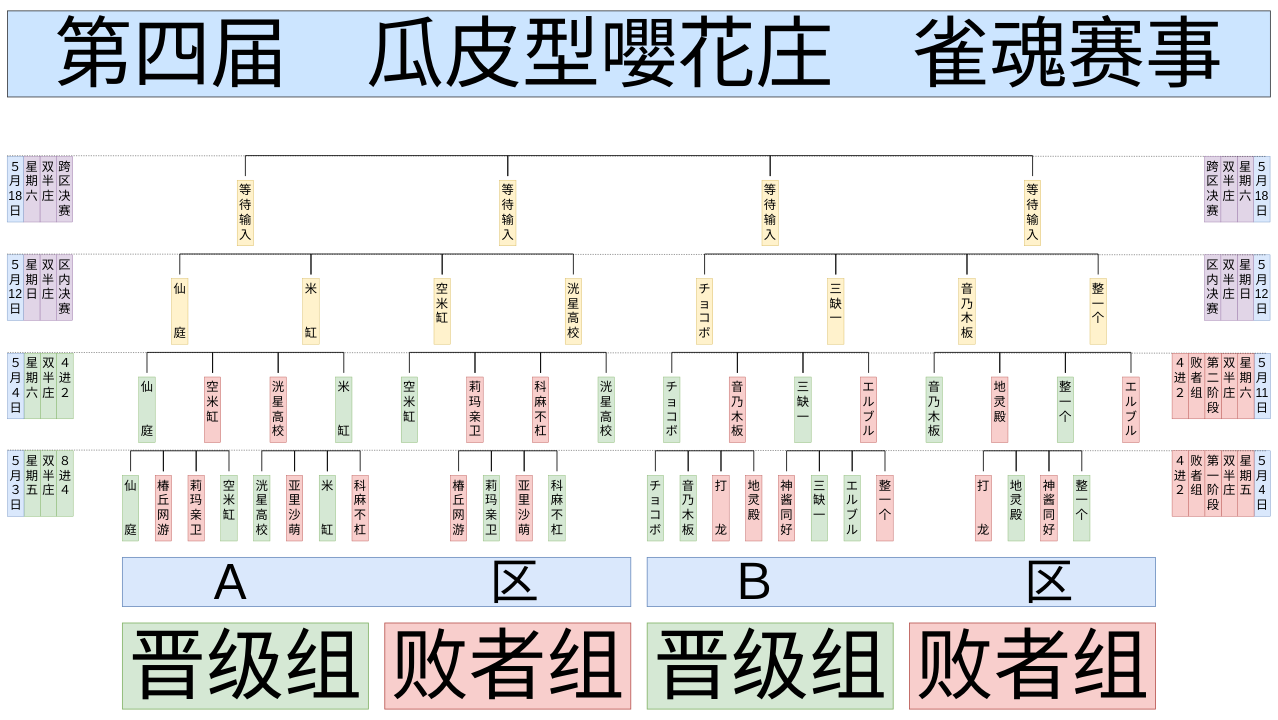
Before: page "4th" (2 of 2) of Tree Diagram/Tree Diagram.drawio in psc2350/pcr.mahjong.hexo, a draw.io diagram. Source tidied: cells renumbered, new cells numbered last; positions are measured from the earlier drawing's top-left corner, leaving out a move shared by most shapes. Both pictures are drawn from the tidied source at 41%, with x=0, y=0 at pixel (7, 11).
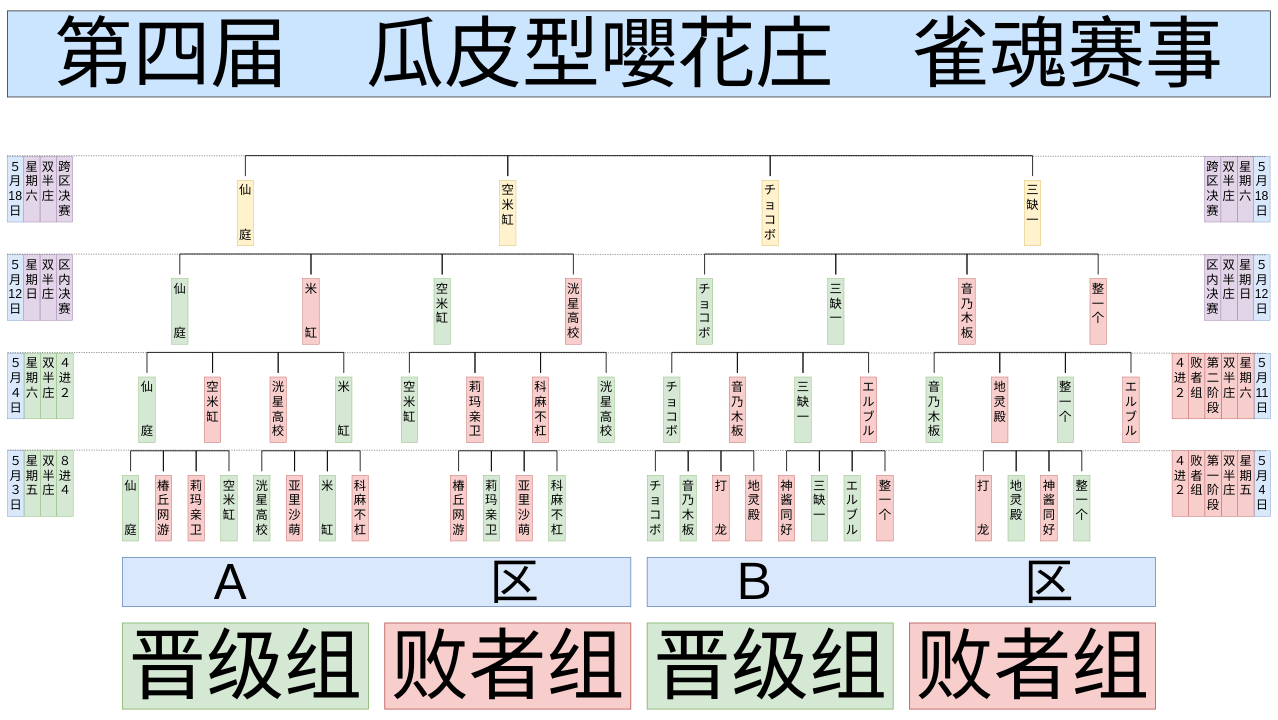
The same page after the edit.

Commit message (it also covers changes not shown here):
Tree Diagram

Change to the diagram source:
```diff
@@
-    <mxCell id="22" value="仙&lt;br&gt;&lt;br&gt;&lt;br&gt;庭&lt;br&gt;" style="text;html=1;strokeColor=#d6b656;fillColor=#fff2cc;align=center;verticalAlign=top;whiteSpace=wrap;rounded=0;fontFamily=FZZhunYuan-M02;horizontal=1;fontSize=30;" parent="1" vertex="1">
+    <mxCell id="22" value="仙&lt;br&gt;&lt;br&gt;&lt;br&gt;庭&lt;br&gt;" style="text;html=1;strokeColor=#82b366;fillColor=#d5e8d4;align=center;verticalAlign=top;whiteSpace=wrap;rounded=0;fontFamily=FZZhunYuan-M02;horizontal=1;fontSize=30;" parent="1" vertex="1">
       <mxGeometry x="401" y="653" width="40" height="160" as="geometry" />
     </mxCell>
-    <mxCell id="23" value="米&lt;br&gt;&lt;br&gt;&lt;br&gt;缸&lt;br&gt;" style="text;html=1;strokeColor=#d6b656;fillColor=#fff2cc;align=center;verticalAlign=top;whiteSpace=wrap;rounded=0;fontFamily=FZZhunYuan-M02;horizontal=1;fontSize=30;" parent="1" vertex="1">
+    <mxCell id="23" value="米&lt;br&gt;&lt;br&gt;&lt;br&gt;缸&lt;br&gt;" style="text;html=1;strokeColor=#b85450;fillColor=#f8cecc;align=center;verticalAlign=top;whiteSpace=wrap;rounded=0;fontFamily=FZZhunYuan-M02;horizontal=1;fontSize=30;" parent="1" vertex="1">
       <mxGeometry x="721" y="653" width="40" height="160" as="geometry" />
     </mxCell>
@@
-    <mxCell id="26" value="等待输入&lt;br&gt;" style="text;html=1;strokeColor=#d6b656;fillColor=#fff2cc;align=center;verticalAlign=top;whiteSpace=wrap;rounded=0;fontFamily=FZZhunYuan-M02;horizontal=1;fontSize=30;" parent="1" vertex="1">
+    <mxCell id="26" value="仙&lt;br&gt;&lt;br&gt;&lt;br&gt;庭&lt;br&gt;" style="text;html=1;strokeColor=#d6b656;fillColor=#fff2cc;align=center;verticalAlign=top;whiteSpace=wrap;rounded=0;fontFamily=FZZhunYuan-M02;horizontal=1;fontSize=30;" parent="1" vertex="1">
       <mxGeometry x="561" y="413" width="40" height="160" as="geometry" />
     </mxCell>
@@
-    <mxCell id="43" value="空米缸&lt;br&gt;" style="text;html=1;strokeColor=#d6b656;fillColor=#fff2cc;align=center;verticalAlign=top;whiteSpace=wrap;rounded=0;fontFamily=FZZhunYuan-M02;horizontal=1;fontSize=30;" parent="1" vertex="1">
+    <mxCell id="43" value="空米缸&lt;br&gt;" style="text;html=1;strokeColor=#82b366;fillColor=#d5e8d4;align=center;verticalAlign=top;whiteSpace=wrap;rounded=0;fontFamily=FZZhunYuan-M02;horizontal=1;fontSize=30;" parent="1" vertex="1">
       <mxGeometry x="1041" y="653" width="40" height="160" as="geometry" />
     </mxCell>
-    <mxCell id="44" value="洸星高校&lt;br style=&quot;font-size: 30px&quot;&gt;" style="text;html=1;strokeColor=#d6b656;fillColor=#fff2cc;align=center;verticalAlign=top;whiteSpace=wrap;rounded=0;fontFamily=FZZhunYuan-M02;horizontal=1;fontSize=30;" parent="1" vertex="1">
+    <mxCell id="44" value="洸星高校&lt;br style=&quot;font-size: 30px&quot;&gt;" style="text;html=1;strokeColor=#b85450;fillColor=#f8cecc;align=center;verticalAlign=top;whiteSpace=wrap;rounded=0;fontFamily=FZZhunYuan-M02;horizontal=1;fontSize=30;" parent="1" vertex="1">
       <mxGeometry x="1361" y="653" width="40" height="160" as="geometry" />
     </mxCell>
@@
-    <mxCell id="46" value="等待输入&lt;br style=&quot;font-size: 30px&quot;&gt;" style="text;html=1;strokeColor=#d6b656;fillColor=#fff2cc;align=center;verticalAlign=top;whiteSpace=wrap;rounded=0;fontFamily=FZZhunYuan-M02;horizontal=1;fontSize=30;" parent="1" vertex="1">
+    <mxCell id="46" value="空米缸&lt;br style=&quot;font-size: 30px&quot;&gt;" style="text;html=1;strokeColor=#d6b656;fillColor=#fff2cc;align=center;verticalAlign=top;whiteSpace=wrap;rounded=0;fontFamily=FZZhunYuan-M02;horizontal=1;fontSize=30;" parent="1" vertex="1">
       <mxGeometry x="1201" y="413" width="40" height="160" as="geometry" />
     </mxCell>
@@
-    <mxCell id="68" value="チョコボ&lt;br&gt;" style="text;html=1;strokeColor=#d6b656;fillColor=#fff2cc;align=center;verticalAlign=top;whiteSpace=wrap;rounded=0;fontFamily=FZZhunYuan-M02;horizontal=1;fontSize=30;" parent="1" vertex="1">
+    <mxCell id="68" value="チョコボ&lt;br&gt;" style="text;html=1;strokeColor=#82b366;fillColor=#d5e8d4;align=center;verticalAlign=top;whiteSpace=wrap;rounded=0;fontFamily=FZZhunYuan-M02;horizontal=1;fontSize=30;" parent="1" vertex="1">
       <mxGeometry x="1681" y="653" width="40" height="160" as="geometry" />
     </mxCell>
-    <mxCell id="69" value="三缺一&lt;br style=&quot;font-size: 30px&quot;&gt;" style="text;html=1;strokeColor=#d6b656;fillColor=#fff2cc;align=center;verticalAlign=top;whiteSpace=wrap;rounded=0;fontFamily=FZZhunYuan-M02;horizontal=1;fontSize=30;" parent="1" vertex="1">
+    <mxCell id="69" value="三缺一&lt;br style=&quot;font-size: 30px&quot;&gt;" style="text;html=1;strokeColor=#82b366;fillColor=#d5e8d4;align=center;verticalAlign=top;whiteSpace=wrap;rounded=0;fontFamily=FZZhunYuan-M02;horizontal=1;fontSize=30;" parent="1" vertex="1">
       <mxGeometry x="2001" y="653" width="40" height="160" as="geometry" />
     </mxCell>
@@
-    <mxCell id="72" value="等待输入&lt;br&gt;" style="text;html=1;strokeColor=#d6b656;fillColor=#fff2cc;align=center;verticalAlign=top;whiteSpace=wrap;rounded=0;fontFamily=FZZhunYuan-M02;horizontal=1;fontSize=30;" parent="1" vertex="1">
+    <mxCell id="72" value="チョコボ&lt;br&gt;" style="text;html=1;strokeColor=#d6b656;fillColor=#fff2cc;align=center;verticalAlign=top;whiteSpace=wrap;rounded=0;fontFamily=FZZhunYuan-M02;horizontal=1;fontSize=30;" parent="1" vertex="1">
       <mxGeometry x="1841" y="413" width="40" height="160" as="geometry" />
     </mxCell>
@@
-    <mxCell id="89" value="音乃木板&lt;br&gt;" style="text;html=1;strokeColor=#d6b656;fillColor=#fff2cc;align=center;verticalAlign=top;whiteSpace=wrap;rounded=0;fontFamily=FZZhunYuan-M02;horizontal=1;fontSize=30;" parent="1" vertex="1">
+    <mxCell id="89" value="音乃木板&lt;br&gt;" style="text;html=1;strokeColor=#b85450;fillColor=#f8cecc;align=center;verticalAlign=top;whiteSpace=wrap;rounded=0;fontFamily=FZZhunYuan-M02;horizontal=1;fontSize=30;" parent="1" vertex="1">
       <mxGeometry x="2321" y="653" width="40" height="160" as="geometry" />
     </mxCell>
-    <mxCell id="90" value="整一个&lt;br style=&quot;font-size: 30px&quot;&gt;" style="text;html=1;strokeColor=#d6b656;fillColor=#fff2cc;align=center;verticalAlign=top;whiteSpace=wrap;rounded=0;fontFamily=FZZhunYuan-M02;horizontal=1;fontSize=30;" parent="1" vertex="1">
+    <mxCell id="90" value="整一个&lt;br style=&quot;font-size: 30px&quot;&gt;" style="text;html=1;strokeColor=#b85450;fillColor=#f8cecc;align=center;verticalAlign=top;whiteSpace=wrap;rounded=0;fontFamily=FZZhunYuan-M02;horizontal=1;fontSize=30;" parent="1" vertex="1">
       <mxGeometry x="2641" y="653" width="40" height="160" as="geometry" />
     </mxCell>
@@
-    <mxCell id="92" value="等待输入&lt;br style=&quot;font-size: 30px&quot;&gt;" style="text;html=1;strokeColor=#d6b656;fillColor=#fff2cc;align=center;verticalAlign=top;whiteSpace=wrap;rounded=0;fontFamily=FZZhunYuan-M02;horizontal=1;fontSize=30;" parent="1" vertex="1">
+    <mxCell id="92" value="三缺一&lt;br style=&quot;font-size: 30px&quot;&gt;" style="text;html=1;strokeColor=#d6b656;fillColor=#fff2cc;align=center;verticalAlign=top;whiteSpace=wrap;rounded=0;fontFamily=FZZhunYuan-M02;horizontal=1;fontSize=30;" parent="1" vertex="1">
       <mxGeometry x="2481" y="413" width="40" height="160" as="geometry" />
     </mxCell>
```
